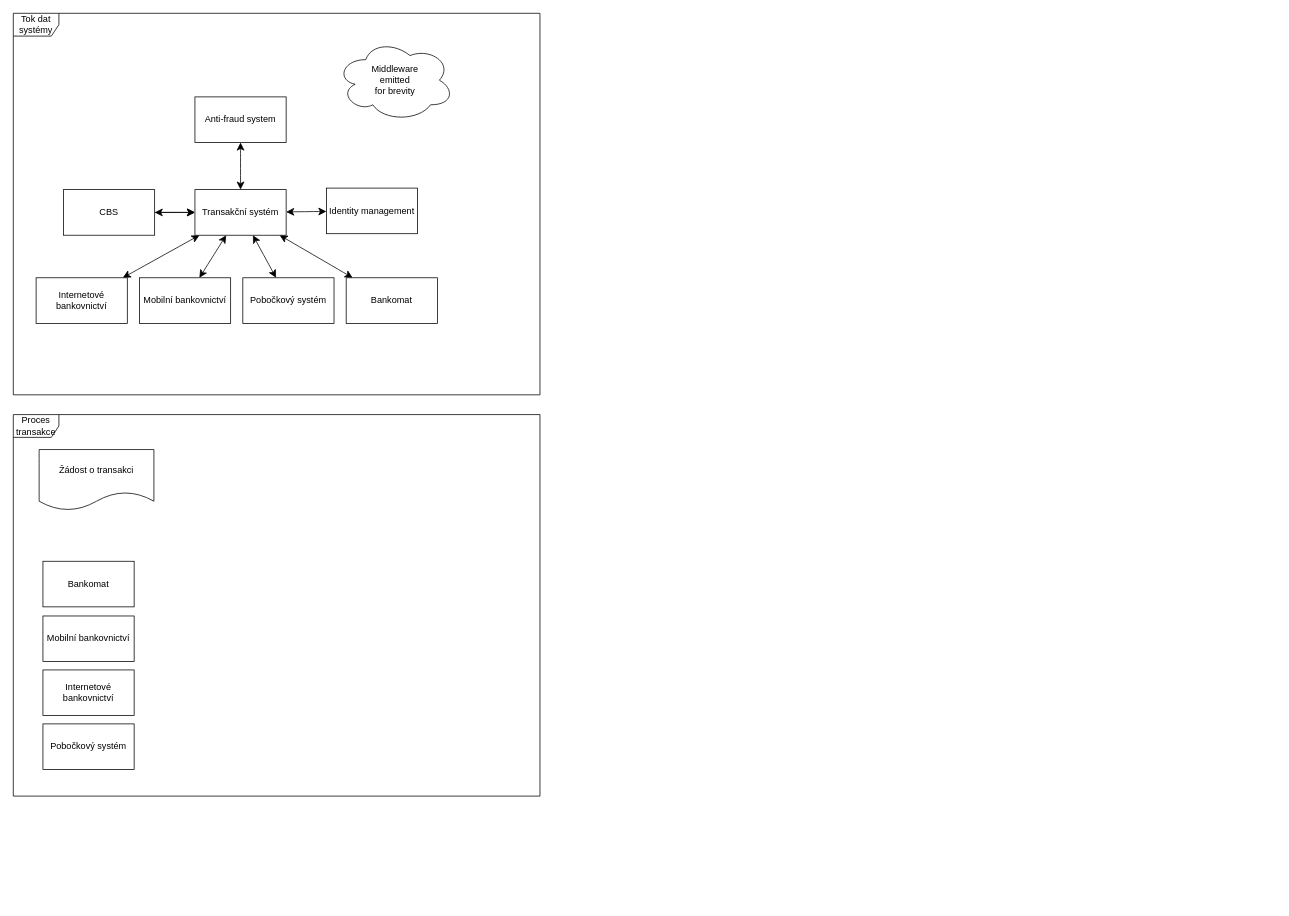
Finishxx/draw-io keeps this draw.io diagram as Untitled Diagram.drawio. Above is the earlier version. Source tidied: cells renumbered, new cells numbered last; positions are measured from the earlier drawing's top-left corner, leaving out a move shared by most shapes. Both pictures are drawn from the tidied source at 76%, with x=0, y=0 at pixel (13, 13).
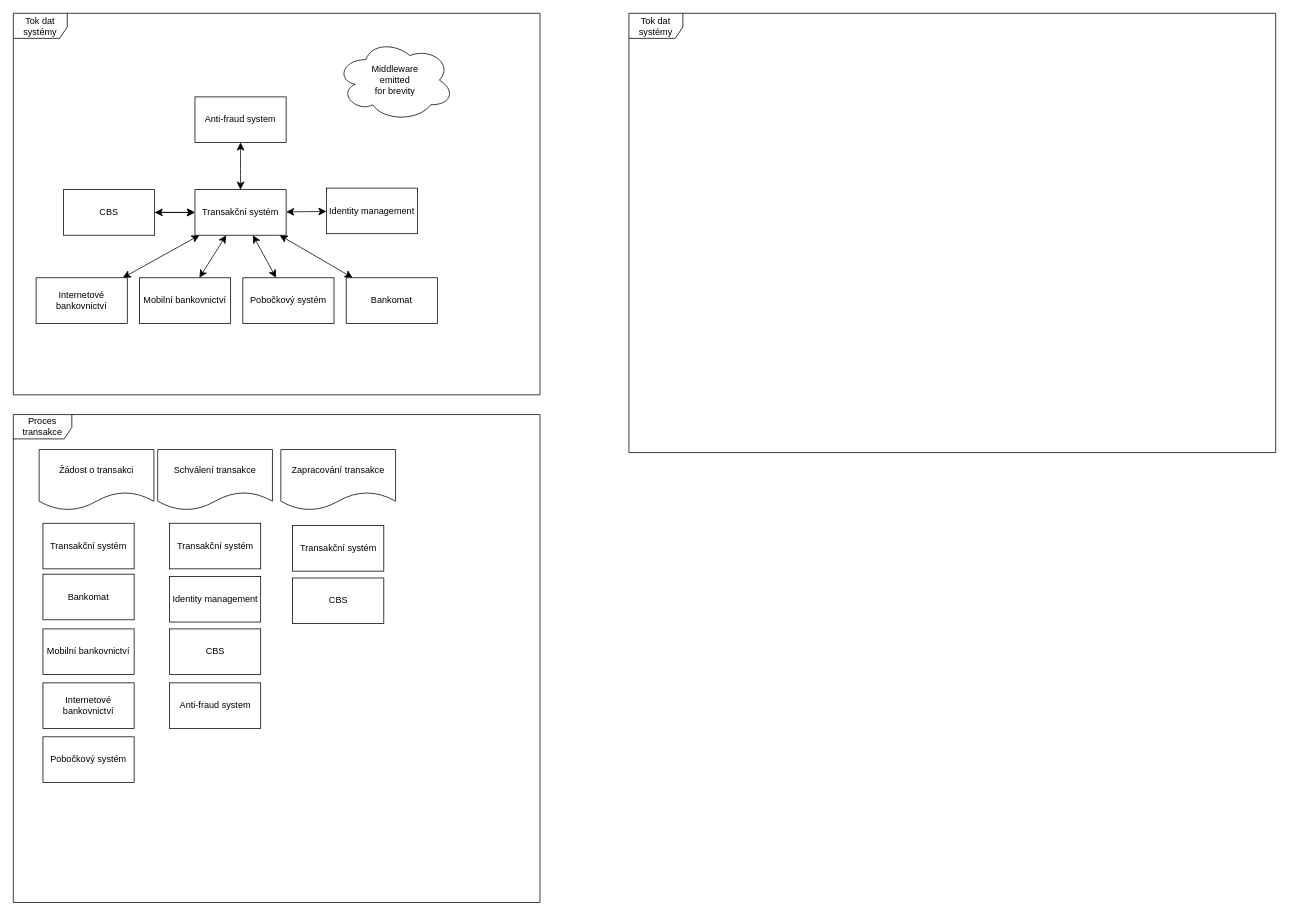
After the change.

Diff of the diagram source:
```diff
@@
-    <mxCell id="15" value="Tok dat systémy" style="shape=umlFrame;whiteSpace=wrap;html=1;" parent="1" vertex="1">
+    <mxCell id="15" value="Tok dat systémy" style="shape=umlFrame;whiteSpace=wrap;html=1;width=71;height=33;" parent="1" vertex="1">
       <mxGeometry width="693" height="502" as="geometry" />
     </mxCell>
@@
-    <mxCell id="20" value="Proces transakce" style="shape=umlFrame;whiteSpace=wrap;html=1;" parent="1" vertex="1">
-      <mxGeometry y="528" width="693" height="502" as="geometry" />
+    <mxCell id="20" value="Proces transakce" style="shape=umlFrame;whiteSpace=wrap;html=1;width=77;height=32;" parent="1" vertex="1">
+      <mxGeometry y="528" width="693" height="642" as="geometry" />
     </mxCell>
@@
     <mxCell id="22" value="Internetové bankovnictví" style="rounded=0;whiteSpace=wrap;html=1;" parent="1" vertex="1">
-      <mxGeometry x="39" y="864" width="120" height="60" as="geometry" />
+      <mxGeometry x="39" y="881" width="120" height="60" as="geometry" />
     </mxCell>
     <mxCell id="23" value="Mobilní bankovnictví" style="rounded=0;whiteSpace=wrap;html=1;" parent="1" vertex="1">
-      <mxGeometry x="39" y="793" width="120" height="60" as="geometry" />
+      <mxGeometry x="39" y="810" width="120" height="60" as="geometry" />
     </mxCell>
     <mxCell id="24" value="Pobočkový systém" style="rounded=0;whiteSpace=wrap;html=1;" parent="1" vertex="1">
-      <mxGeometry x="39" y="935" width="120" height="60" as="geometry" />
+      <mxGeometry x="39" y="952" width="120" height="60" as="geometry" />
     </mxCell>
     <mxCell id="25" value="Bankomat" style="rounded=0;whiteSpace=wrap;html=1;" parent="1" vertex="1">
-      <mxGeometry x="39" y="721" width="120" height="60" as="geometry" />
+      <mxGeometry x="39" y="738" width="120" height="60" as="geometry" />
     </mxCell>
+    <mxCell id="26" value="Schválení transakce" style="shape=document;whiteSpace=wrap;html=1;boundedLbl=1;" parent="1" vertex="1">
+      <mxGeometry x="190" y="574" width="151" height="80" as="geometry" />
+    </mxCell>
+    <mxCell id="27" value="Transakční systém" style="rounded=0;whiteSpace=wrap;html=1;" parent="1" vertex="1">
+      <mxGeometry x="39" y="671" width="120" height="60" as="geometry" />
+    </mxCell>
+    <mxCell id="28" value="Transakční systém" style="rounded=0;whiteSpace=wrap;html=1;" parent="1" vertex="1">
+      <mxGeometry x="205.5" y="671" width="120" height="60" as="geometry" />
+    </mxCell>
+    <mxCell id="29" value="Identity management" style="rounded=0;whiteSpace=wrap;html=1;" parent="1" vertex="1">
+      <mxGeometry x="205.5" y="741" width="120" height="60" as="geometry" />
+    </mxCell>
+    <mxCell id="30" value="CBS" style="rounded=0;whiteSpace=wrap;html=1;" parent="1" vertex="1">
+      <mxGeometry x="205.5" y="810" width="120" height="60" as="geometry" />
+    </mxCell>
+    <mxCell id="31" value="Anti-fraud system" style="rounded=0;whiteSpace=wrap;html=1;" parent="1" vertex="1">
+      <mxGeometry x="205.5" y="881" width="120" height="60" as="geometry" />
+    </mxCell>
+    <mxCell id="32" value="Zapracování transakce" style="shape=document;whiteSpace=wrap;html=1;boundedLbl=1;" parent="1" vertex="1">
+      <mxGeometry x="352" y="574" width="151" height="80" as="geometry" />
+    </mxCell>
+    <mxCell id="33" value="Transakční systém" style="rounded=0;whiteSpace=wrap;html=1;" parent="1" vertex="1">
+      <mxGeometry x="367.5" y="674" width="120" height="60" as="geometry" />
+    </mxCell>
+    <mxCell id="34" value="CBS" style="rounded=0;whiteSpace=wrap;html=1;" parent="1" vertex="1">
+      <mxGeometry x="367.5" y="743" width="120" height="60" as="geometry" />
+    </mxCell>
+    <mxCell id="35" value="Tok dat systémy" style="shape=umlFrame;whiteSpace=wrap;html=1;width=71;height=33;" parent="1" vertex="1">
+      <mxGeometry x="810" width="851" height="578" as="geometry" />
+    </mxCell>
```
